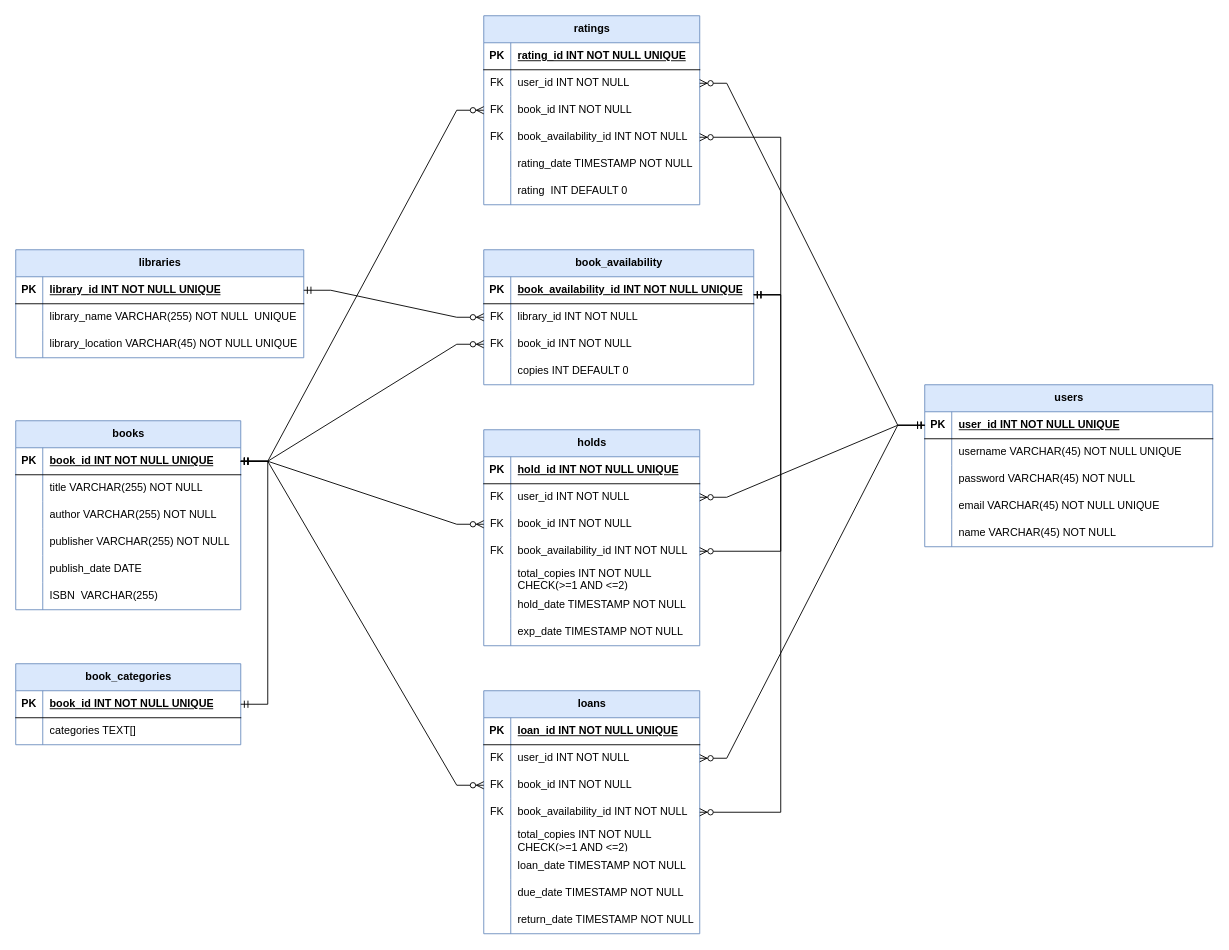
Before: ERD.drawio in ahmad-sidik/e-library-database, a draw.io diagram. Source tidied: cells renumbered, new cells numbered last; positions are measured from the earlier drawing's top-left corner, leaving out a move shared by most shapes. Both pictures are drawn from the tidied source at 90%, with x=0, y=0 at pixel (15, 15).
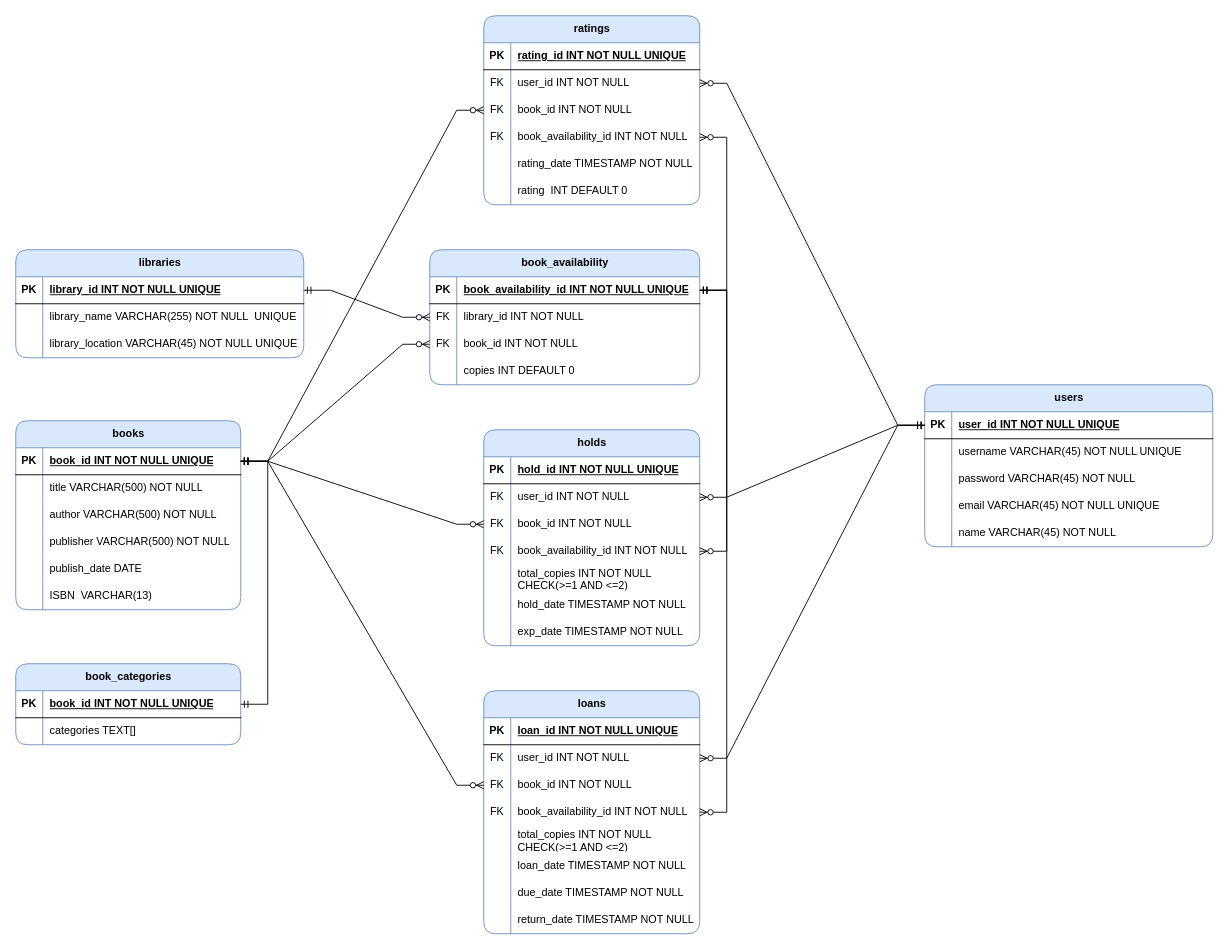
The same page after the edit.

Unchanged cells that the change refers to:
```xml
<mxCell id="13" style="shape=tableRow;horizontal=0;startSize=0;swimlaneHead=0;swimlaneBody=0;fillColor=none;points=[[0,0.5],[1,0.5]];portConstraint=eastwest;top=0;left=0;right=0;bottom=1;" parent="12" vertex="1">
  <mxGeometry y="30" width="300" height="30" as="geometry" />
</mxCell>
<mxCell id="30" style="shape=tableRow;horizontal=0;startSize=0;swimlaneHead=0;swimlaneBody=0;fillColor=none;top=0;left=0;right=0;bottom=0;" parent="26" vertex="1">
  <mxGeometry y="60" width="250" height="30" as="geometry" />
</mxCell>
<mxCell id="33" style="shape=tableRow;horizontal=0;startSize=0;swimlaneHead=0;swimlaneBody=0;fillColor=none;top=0;left=0;right=0;bottom=0;" parent="26" vertex="1">
  <mxGeometry y="90" width="250" height="30" as="geometry" />
</mxCell>
<mxCell id="36" style="shape=tableRow;horizontal=0;startSize=0;swimlaneHead=0;swimlaneBody=0;fillColor=none;top=0;left=0;right=0;bottom=0;" parent="26" vertex="1">
  <mxGeometry y="120" width="250" height="30" as="geometry" />
</mxCell>
<mxCell id="42" style="shape=tableRow;horizontal=0;startSize=0;swimlaneHead=0;swimlaneBody=0;fillColor=none;top=0;left=0;right=0;bottom=0;" parent="26" vertex="1">
  <mxGeometry y="180" width="250" height="30" as="geometry" />
</mxCell>
<mxCell id="65" style="shape=tableRow;horizontal=0;startSize=0;swimlaneHead=0;swimlaneBody=0;fillColor=none;points=[[0,0.5],[1,0.5]];portConstraint=eastwest;top=0;left=0;right=0;bottom=0;" parent="55" vertex="1">
  <mxGeometry y="120" width="240" height="30" as="geometry" />
</mxCell>
<mxCell id="89" style="shape=tableRow;horizontal=0;startSize=0;swimlaneHead=0;swimlaneBody=0;fillColor=none;points=[[0,0.5],[1,0.5]];portConstraint=eastwest;top=0;left=0;right=0;bottom=0;" parent="79" vertex="1">
  <mxGeometry y="120" width="240" height="30" as="geometry" />
</mxCell>
<mxCell id="110" style="shape=tableRow;horizontal=0;startSize=0;swimlaneHead=0;swimlaneBody=0;fillColor=none;points=[[0,0.5],[1,0.5]];portConstraint=eastwest;top=0;left=0;right=0;bottom=0;" parent="106" vertex="1">
  <mxGeometry y="60" width="240" height="30" as="geometry" />
</mxCell>
<mxCell id="116" style="shape=tableRow;horizontal=0;startSize=0;swimlaneHead=0;swimlaneBody=0;fillColor=none;points=[[0,0.5],[1,0.5]];portConstraint=eastwest;top=0;left=0;right=0;bottom=0;" parent="106" vertex="1">
  <mxGeometry y="120" width="240" height="30" as="geometry" />
</mxCell>
<mxCell id="128" style="shape=tableRow;horizontal=0;startSize=0;swimlaneHead=0;swimlaneBody=0;fillColor=none;points=[[0,0.5],[1,0.5]];portConstraint=eastwest;top=0;left=0;right=0;bottom=1;" parent="127" vertex="1">
  <mxGeometry y="30" width="320" height="30" as="geometry" />
</mxCell>
```

Diff of the diagram source:
```diff
@@
-    <mxCell id="2" value="libraries" style="shape=table;startSize=30;childLayout=tableLayout;rowLines=0;fontStyle=1;align=center;html=1;fillColor=#dae8fc;strokeColor=#6c8ebf;" parent="1" vertex="1">
+    <mxCell id="2" value="libraries" style="shape=table;startSize=30;childLayout=tableLayout;rowLines=0;fontStyle=1;align=center;html=1;fillColor=#dae8fc;strokeColor=#6c8ebf;swimlaneFillColor=default;rounded=1;" parent="1" vertex="1">
       <mxGeometry y="260" width="320" height="120" as="geometry" />
     </mxCell>
@@
-    <mxCell id="12" value="book_availability" style="shape=table;startSize=30;childLayout=tableLayout;rowLines=0;fontStyle=1;align=center;html=1;fillColor=#dae8fc;strokeColor=#6c8ebf;" parent="1" vertex="1">
-      <mxGeometry x="520" y="260" width="300" height="150" as="geometry" />
+    <mxCell id="12" value="book_availability" style="shape=table;startSize=30;childLayout=tableLayout;rowLines=0;fontStyle=1;align=center;html=1;fillColor=#dae8fc;strokeColor=#6c8ebf;swimlaneFillColor=default;rounded=1;" parent="1" vertex="1">
+      <mxGeometry x="460" y="260" width="300" height="150" as="geometry" />
     </mxCell>
@@
-    <mxCell id="26" value="books" style="shape=table;startSize=30;childLayout=tableLayout;rowLines=0;fontStyle=1;align=center;html=1;fillColor=#dae8fc;strokeColor=#6c8ebf;" parent="1" vertex="1">
+    <mxCell id="26" value="books" style="shape=table;startSize=30;childLayout=tableLayout;rowLines=0;fontStyle=1;align=center;html=1;fillColor=#dae8fc;strokeColor=#6c8ebf;swimlaneFillColor=default;rounded=1;" parent="1" vertex="1">
       <mxGeometry y="450" width="250" height="210" as="geometry" />
     </mxCell>
@@
-    <mxCell id="32" value="title VARCHAR(255) NOT NULL" style="shape=partialRectangle;fillColor=none;top=0;left=0;bottom=0;right=0;align=left;spacingLeft=6;overflow=hidden;whiteSpace=wrap;html=1;" parent="30" vertex="1">
+    <mxCell id="32" value="title VARCHAR(500) NOT NULL" style="shape=partialRectangle;fillColor=none;top=0;left=0;bottom=0;right=0;align=left;spacingLeft=6;overflow=hidden;whiteSpace=wrap;html=1;" parent="30" vertex="1">
       <mxGeometry x="30" width="220" height="30" as="geometry" />
     </mxCell>
@@
-    <mxCell id="35" value="author VARCHAR(255) NOT NULL" style="shape=partialRectangle;fillColor=none;top=0;left=0;bottom=0;right=0;align=left;spacingLeft=6;overflow=hidden;whiteSpace=wrap;html=1;" parent="33" vertex="1">
+    <mxCell id="35" value="author VARCHAR(500) NOT NULL" style="shape=partialRectangle;fillColor=none;top=0;left=0;bottom=0;right=0;align=left;spacingLeft=6;overflow=hidden;whiteSpace=wrap;html=1;" parent="33" vertex="1">
       <mxGeometry x="30" width="220" height="30" as="geometry" />
     </mxCell>
@@
-    <mxCell id="38" value="publisher VARCHAR(255) NOT NULL" style="shape=partialRectangle;fillColor=none;top=0;left=0;bottom=0;right=0;align=left;spacingLeft=6;overflow=hidden;whiteSpace=wrap;html=1;" parent="36" vertex="1">
+    <mxCell id="38" value="publisher VARCHAR(500) NOT NULL" style="shape=partialRectangle;fillColor=none;top=0;left=0;bottom=0;right=0;align=left;spacingLeft=6;overflow=hidden;whiteSpace=wrap;html=1;" parent="36" vertex="1">
       <mxGeometry x="30" width="220" height="30" as="geometry" />
     </mxCell>
@@
-    <mxCell id="44" value="ISBN&amp;nbsp; VARCHAR(255)&amp;nbsp;" style="shape=partialRectangle;fillColor=none;top=0;left=0;bottom=0;right=0;align=left;spacingLeft=6;overflow=hidden;whiteSpace=wrap;html=1;" parent="42" vertex="1">
+    <mxCell id="44" value="ISBN&amp;nbsp; VARCHAR(13)&amp;nbsp;" style="shape=partialRectangle;fillColor=none;top=0;left=0;bottom=0;right=0;align=left;spacingLeft=6;overflow=hidden;whiteSpace=wrap;html=1;" parent="42" vertex="1">
       <mxGeometry x="30" width="220" height="30" as="geometry" />
     </mxCell>
@@
-    <mxCell id="46" value="book_categories" style="shape=table;startSize=30;childLayout=tableLayout;rowLines=0;fontStyle=1;align=center;html=1;fillColor=#dae8fc;strokeColor=#6c8ebf;" parent="1" vertex="1">
+    <mxCell id="46" value="book_categories" style="shape=table;startSize=30;childLayout=tableLayout;rowLines=0;fontStyle=1;align=center;html=1;fillColor=#dae8fc;strokeColor=#6c8ebf;swimlaneFillColor=default;rounded=1;" parent="1" vertex="1">
       <mxGeometry y="720" width="250" height="90" as="geometry" />
     </mxCell>
@@
-    <mxCell id="55" value="holds" style="shape=table;startSize=30;childLayout=tableLayout;rowLines=0;fontStyle=1;align=center;html=1;fillColor=#dae8fc;strokeColor=#6c8ebf;" parent="1" vertex="1">
+    <mxCell id="55" value="holds" style="shape=table;startSize=30;childLayout=tableLayout;rowLines=0;fontStyle=1;align=center;html=1;fillColor=#dae8fc;strokeColor=#6c8ebf;gradientColor=none;swimlaneFillColor=default;rounded=1;" parent="1" vertex="1">
       <mxGeometry x="520" y="460" width="240" height="240" as="geometry" />
     </mxCell>
@@
-    <mxCell id="78" style="edgeStyle=entityRelationEdgeStyle;fontSize=12;html=1;endArrow=ERzeroToMany;startArrow=ERmandOne;rounded=0;entryX=1;entryY=0.5;entryDx=0;entryDy=0;" parent="1" edge="1" target="65">
+    <mxCell id="78" style="edgeStyle=entityRelationEdgeStyle;fontSize=12;html=1;endArrow=ERzeroToMany;startArrow=ERmandOne;rounded=0;entryX=1;entryY=0.5;entryDx=0;entryDy=0;exitX=1;exitY=0.5;exitDx=0;exitDy=0;" parent="1" edge="1" source="13" target="65">
       <mxGeometry relative="1" as="geometry">
-        <mxPoint x="820" y="310" as="sourcePoint" />
         <Array as="points">
           <mxPoint x="990" y="475" />
           <mxPoint x="620" y="465" />
           <mxPoint x="920" y="455" />
           <mxPoint x="920" y="455" />
           <mxPoint x="670" y="465" />
           <mxPoint x="680" y="465" />
           <mxPoint x="990" y="455" />
         </Array>
       </mxGeometry>
     </mxCell>
-    <mxCell id="79" value="loans" style="shape=table;startSize=30;childLayout=tableLayout;rowLines=0;fontStyle=1;align=center;html=1;fillColor=#dae8fc;strokeColor=#6c8ebf;" parent="1" vertex="1">
+    <mxCell id="79" value="loans" style="shape=table;startSize=30;childLayout=tableLayout;rowLines=0;fontStyle=1;align=center;html=1;fillColor=#dae8fc;strokeColor=#6c8ebf;swimlaneFillColor=default;rounded=1;" parent="1" vertex="1">
       <mxGeometry x="520" y="750" width="240" height="270" as="geometry" />
     </mxCell>
@@
-    <mxCell id="105" style="edgeStyle=entityRelationEdgeStyle;fontSize=12;html=1;endArrow=ERzeroToMany;startArrow=ERmandOne;rounded=0;entryX=1;entryY=0.5;entryDx=0;entryDy=0;" parent="1" edge="1" target="89">
-      <mxGeometry relative="1" as="geometry">
-        <mxPoint x="820" y="310" as="sourcePoint" />
-      </mxGeometry>
+    <mxCell id="105" style="edgeStyle=entityRelationEdgeStyle;fontSize=12;html=1;endArrow=ERzeroToMany;startArrow=ERmandOne;rounded=0;entryX=1;entryY=0.5;entryDx=0;entryDy=0;exitX=1;exitY=0.5;exitDx=0;exitDy=0;" parent="1" edge="1" source="13" target="89">
+      <mxGeometry relative="1" as="geometry" />
     </mxCell>
-    <mxCell id="106" value="ratings" style="shape=table;startSize=30;childLayout=tableLayout;rowLines=0;fontStyle=1;align=center;html=1;fillColor=#dae8fc;strokeColor=#6c8ebf;" parent="1" vertex="1">
+    <mxCell id="106" value="ratings" style="shape=table;startSize=30;childLayout=tableLayout;rowLines=0;fontStyle=1;align=center;html=1;fillColor=#dae8fc;strokeColor=#6c8ebf;swimlaneFillColor=default;rounded=1;gradientColor=none;shadow=0;" parent="1" vertex="1">
       <mxGeometry x="520" width="240" height="210" as="geometry" />
     </mxCell>
@@
-    <mxCell id="126" style="edgeStyle=entityRelationEdgeStyle;fontSize=12;html=1;endArrow=ERzeroToMany;startArrow=ERmandOne;rounded=0;entryX=1;entryY=0.5;entryDx=0;entryDy=0;" parent="1" edge="1" target="116">
-      <mxGeometry relative="1" as="geometry">
-        <mxPoint x="820" y="310" as="sourcePoint" />
-      </mxGeometry>
+    <mxCell id="126" style="edgeStyle=entityRelationEdgeStyle;fontSize=12;html=1;endArrow=ERzeroToMany;startArrow=ERmandOne;rounded=0;entryX=1;entryY=0.5;entryDx=0;entryDy=0;exitX=1;exitY=0.5;exitDx=0;exitDy=0;" parent="1" edge="1" source="13" target="116">
+      <mxGeometry relative="1" as="geometry" />
     </mxCell>
-    <mxCell id="127" value="users" style="shape=table;startSize=30;childLayout=tableLayout;rowLines=0;fontStyle=1;align=center;html=1;fillColor=#dae8fc;strokeColor=#6c8ebf;" parent="1" vertex="1">
+    <mxCell id="127" value="users" style="shape=table;startSize=30;childLayout=tableLayout;rowLines=0;fontStyle=1;align=center;html=1;fillColor=#dae8fc;strokeColor=#6c8ebf;swimlaneFillColor=default;rounded=1;" parent="1" vertex="1">
       <mxGeometry x="1010" y="410" width="320" height="180" as="geometry" />
     </mxCell>
@@
     <mxCell id="143" style="edgeStyle=entityRelationEdgeStyle;fontSize=12;html=1;endArrow=ERzeroToMany;startArrow=ERmandOne;rounded=0;entryX=1;entryY=0.5;entryDx=0;entryDy=0;" parent="1" edge="1" source="128" target="110">
       <mxGeometry relative="1" as="geometry">
         <Array as="points">
           <mxPoint x="810" y="100" />
+          <mxPoint x="780" y="90" />
+          <mxPoint x="770" y="90" />
         </Array>
       </mxGeometry>
     </mxCell>
```
